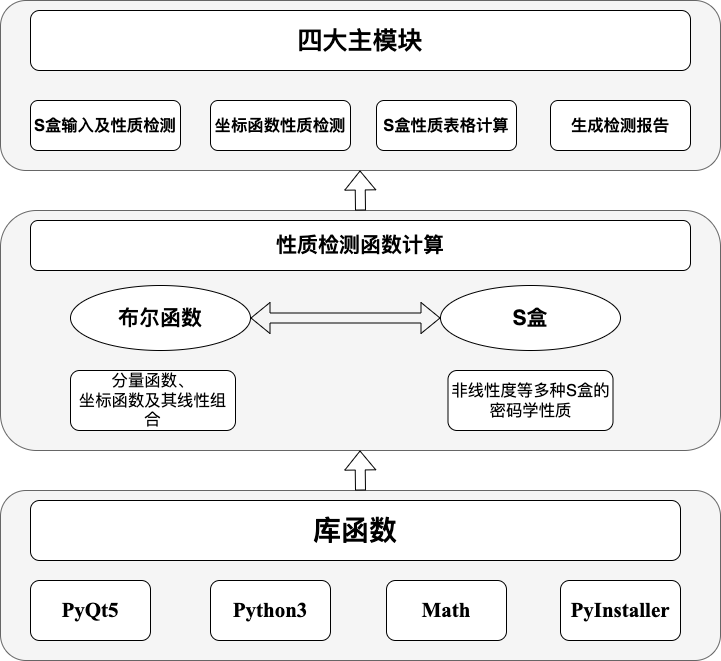
Above: jiagou.png in GRHun/image-PicX (draw.io), before the change. Source tidied: cells renumbered, new cells last; positions are measured from the earlier drawing's top-left corner, leaving out a move shared by most shapes.
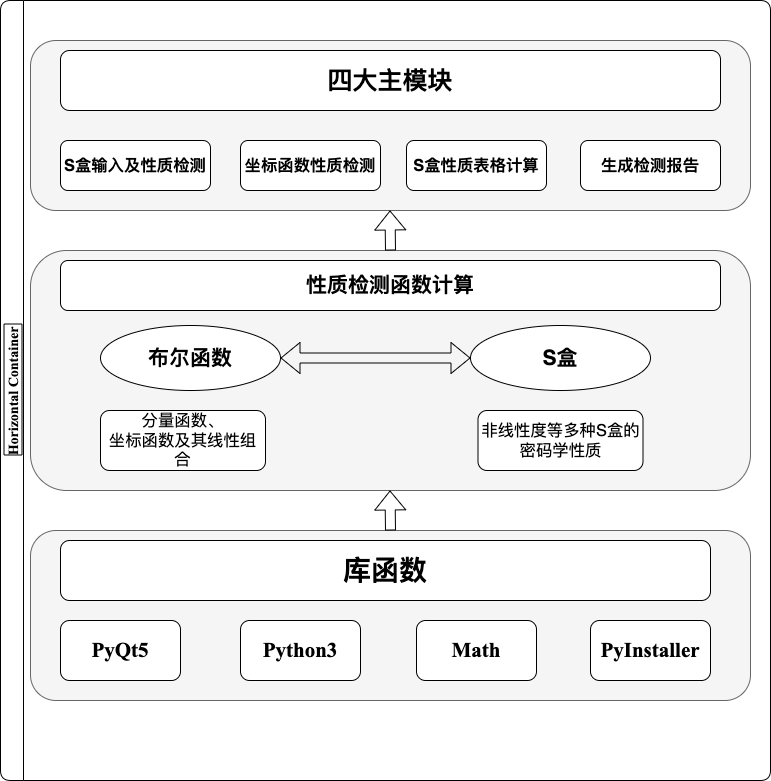
After the commit.

Diff of the diagram source:
```diff
@@ -71,5 +71,8 @@
     <mxCell id="22" value="&lt;h2&gt;&lt;font face=&quot;Times New Roman&quot;&gt;PyInstaller&lt;/font&gt;&lt;/h2&gt;" style="rounded=1;whiteSpace=wrap;html=1;shadow=0;glass=0;sketch=0;fontSize=14;" parent="1" vertex="1">
       <mxGeometry x="560" y="580" width="120" height="60" as="geometry" />
     </mxCell>
+    <mxCell id="23" value="Horizontal Container" style="swimlane;horizontal=0;rounded=1;shadow=0;glass=0;sketch=0;fontFamily=Times New Roman;fontSize=14;labelBackgroundColor=default;labelBorderColor=default;" parent="1" vertex="1">
+      <mxGeometry x="-30" y="-40" width="770" height="780" as="geometry" />
+    </mxCell>
   </root>
 </mxGraphModel>
```
